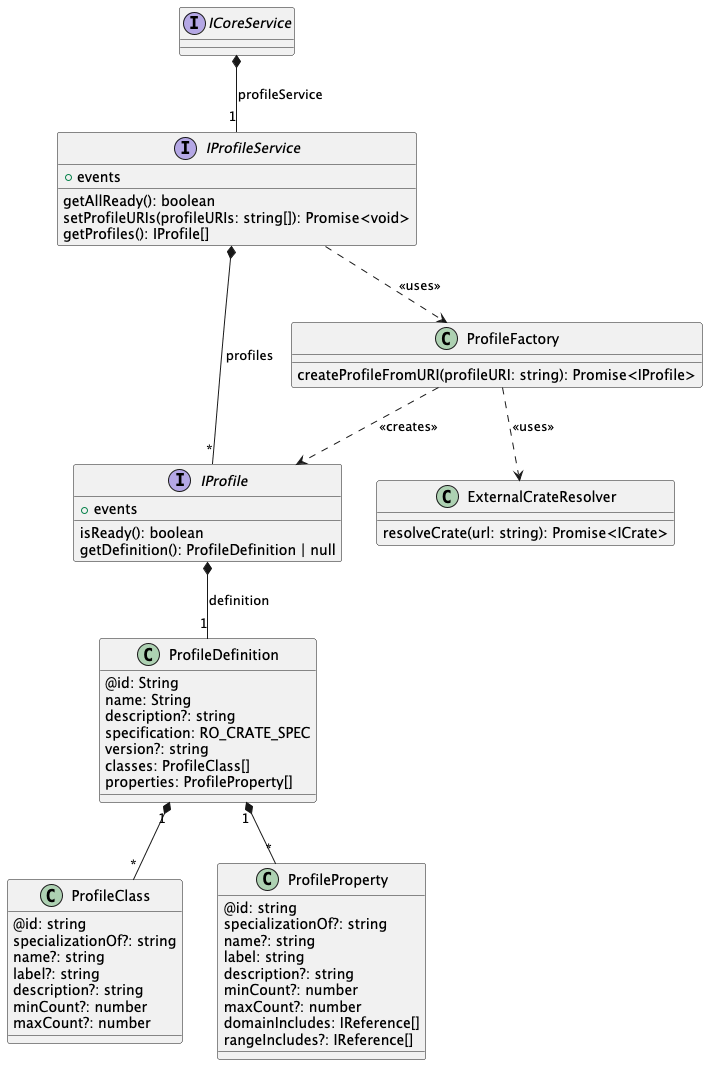
Above: docs/figures/lib/lib-profiles.png in kit-data-manager/NovaCrate (PlantUML), before the change.
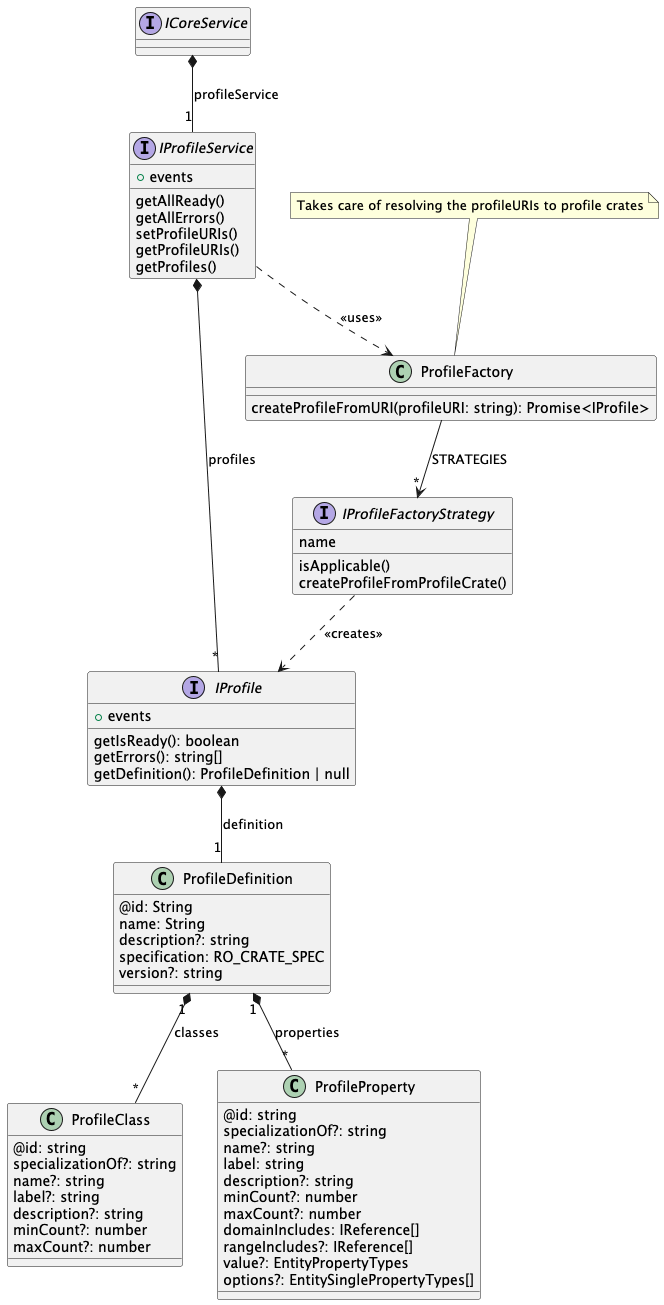
Later version of the same file.

Diff of the diagram source:
```diff
@@ -4,14 +4,17 @@
 
 interface IProfileService {
     + events
-    getAllReady(): boolean
-    setProfileURIs(profileURIs: string[]): Promise<void>
-    getProfiles(): IProfile[]
+    getAllReady()
+    getAllErrors()
+    setProfileURIs()
+    getProfileURIs()
+    getProfiles()
 }
 
 interface IProfile {
     + events
-    isReady(): boolean
+    getIsReady(): boolean
+    getErrors(): string[]
     getDefinition(): ProfileDefinition | null
 }
 
@@ -19,16 +22,20 @@
     createProfileFromURI(profileURI: string): Promise<IProfile>
 }
 
-class ExternalCrateResolver {
-    resolveCrate(url: string): Promise<ICrate>
+note top of ProfileFactory: Takes care of resolving the profileURIs to profile crates
+
+interface IProfileFactoryStrategy {
+    name
+    isApplicable()
+    createProfileFromProfileCrate()
 }
 
 ICoreService *-- "1" IProfileService: profileService
 IProfileService *-- "*" IProfile: profiles
 IProfile *-- "1" ProfileDefinition: definition
+ProfileFactory --> "*" IProfileFactoryStrategy: STRATEGIES
 
-ProfileFactory ..> IProfile: <<creates>>
-ProfileFactory ..> ExternalCrateResolver: <<uses>>
+IProfileFactoryStrategy ..> IProfile: <<creates>>
 IProfileService ..> ProfileFactory: <<uses>>
 
 class ProfileDefinition {
@@ -37,8 +44,6 @@
     description?: string
     specification: RO_CRATE_SPEC
     version?: string
-    classes: ProfileClass[]
-    properties: ProfileProperty[]
 }
 
 class ProfileClass {
@@ -61,9 +66,11 @@
     maxCount?: number
     domainIncludes: IReference[]
     rangeIncludes?: IReference[]
+    value?: EntityPropertyTypes
+    options?: EntitySinglePropertyTypes[]
 }
 
-ProfileDefinition "1" *-- "*" ProfileClass
-ProfileDefinition "1" *-- "*" ProfileProperty
+ProfileDefinition "1" *-- "*" ProfileClass: classes
+ProfileDefinition "1" *-- "*" ProfileProperty: properties
 
 @enduml
```
